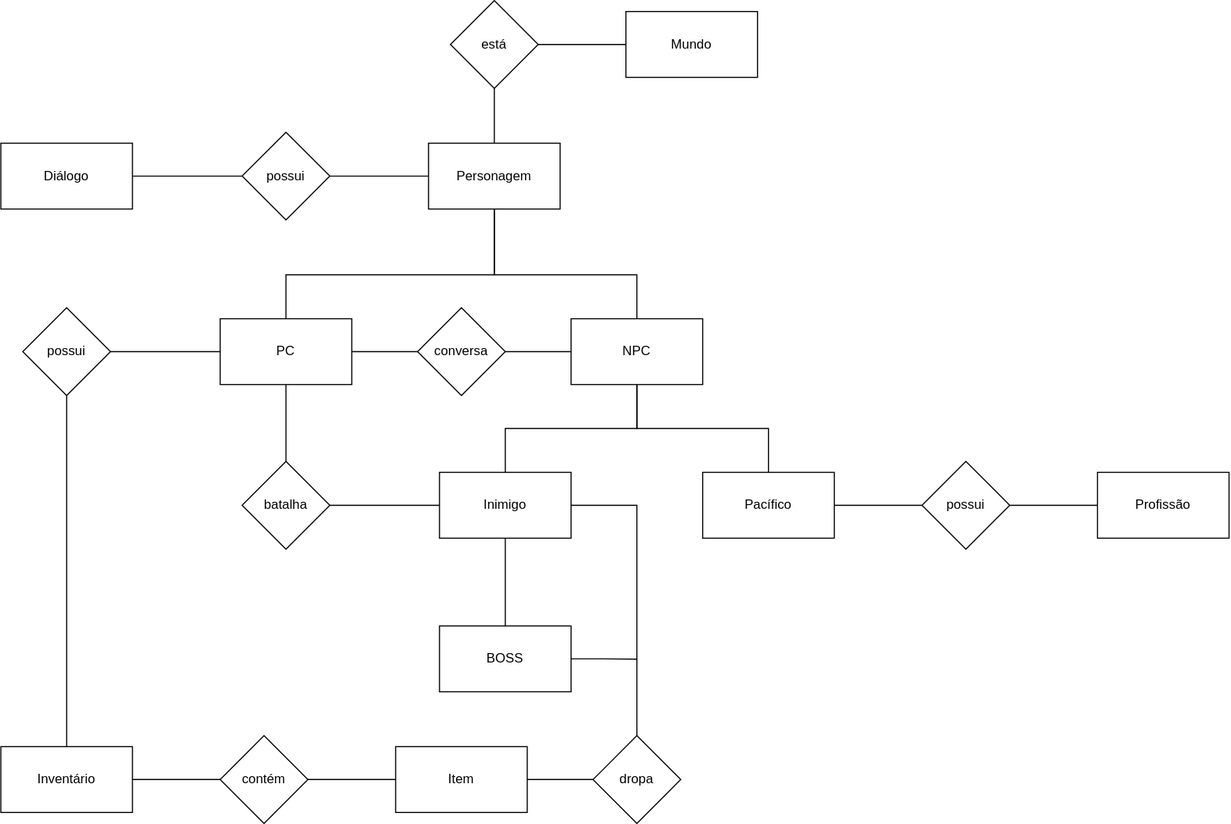
Before: docs/modulo_01/DER.drawio.svg, a diagram exported from draw.io (SBD1/2024.2-D-D-classico). Source tidied: cells renumbered, new cells last; positions are measured from the earlier drawing's top-left corner, leaving out a move shared by most shapes.
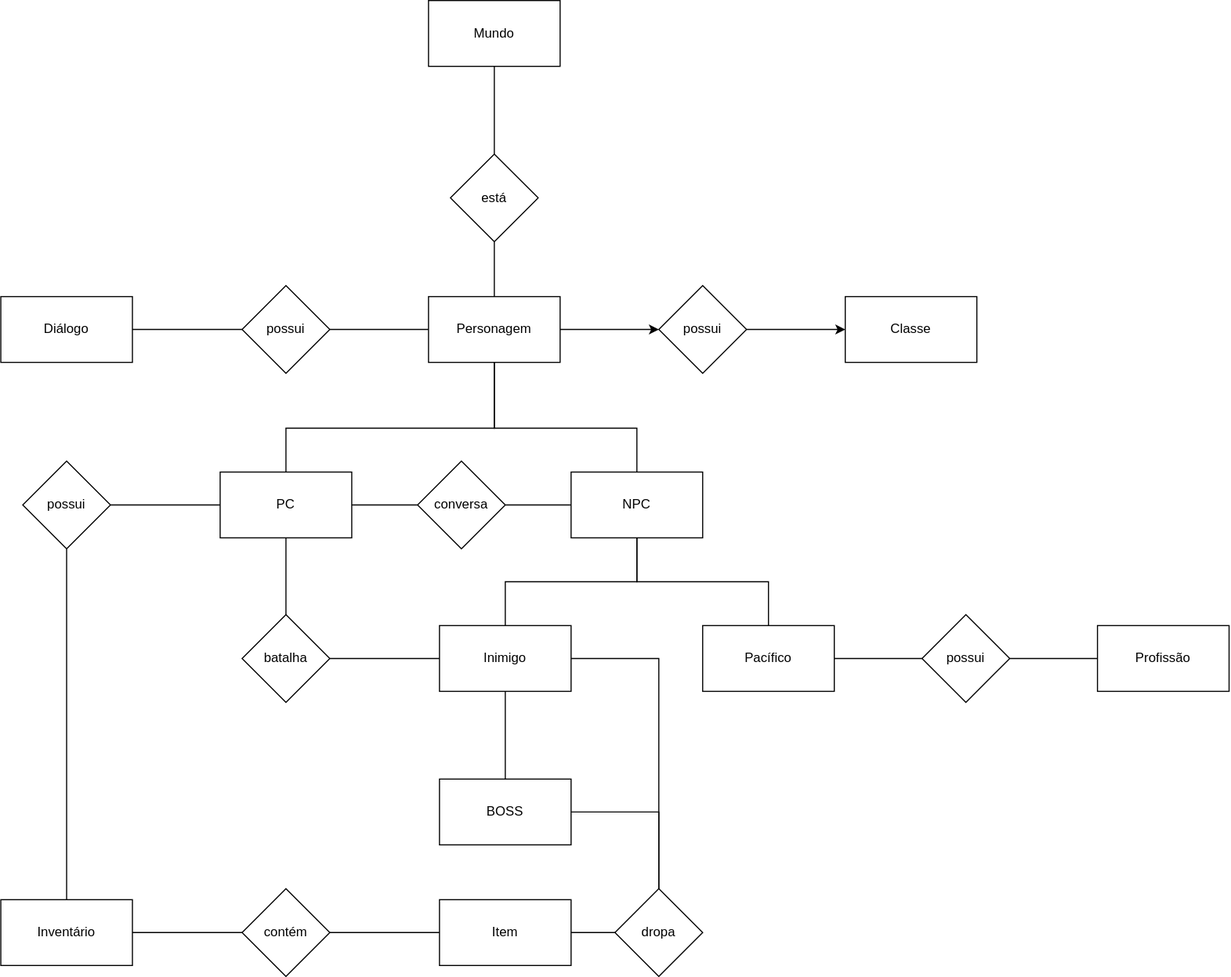
The same diagram one commit later.

Commit message:
Adiciona classe ao personagem

What changed in the source:
```diff
@@ -6,7 +6,7 @@
       <mxGeometry relative="1" as="geometry" />
     </mxCell>
     <mxCell id="3" value="Mundo" style="rounded=0;whiteSpace=wrap;html=1;" parent="1" vertex="1">
-      <mxGeometry x="570" y="10" width="120" height="60" as="geometry" />
+      <mxGeometry x="390" y="-140" width="120" height="60" as="geometry" />
     </mxCell>
     <mxCell id="4" style="edgeStyle=orthogonalEdgeStyle;rounded=0;jettySize=auto;html=1;exitX=0.5;exitY=1;exitDx=0;exitDy=0;entryX=0.5;entryY=0;entryDx=0;entryDy=0;endArrow=none;endFill=0;" parent="1" edge="1" source="5" target="9">
       <mxGeometry relative="1" as="geometry" />
@@ -33,6 +33,9 @@
     <mxCell id="8" style="edgeStyle=orthogonalEdgeStyle;rounded=0;jettySize=auto;html=1;endArrow=none;endFill=0;" parent="1" edge="1" source="9" target="36">
       <mxGeometry relative="1" as="geometry" />
     </mxCell>
+    <mxCell id="43" style="edgeStyle=orthogonalEdgeStyle;rounded=0;jettySize=auto;html=1;" parent="1" edge="1" source="9" target="46">
+      <mxGeometry relative="1" as="geometry" />
+    </mxCell>
     <mxCell id="9" value="Personagem" style="whiteSpace=wrap;html=1;rounded=0;" parent="1" vertex="1">
       <mxGeometry x="390" y="130" width="120" height="60" as="geometry" />
     </mxCell>
@@ -82,11 +85,9 @@
     <mxCell id="23" value="batalha" style="rhombus;whiteSpace=wrap;html=1;rounded=0;" parent="1" vertex="1">
       <mxGeometry x="220" y="420" width="80" height="80" as="geometry" />
     </mxCell>
-    <mxCell id="24" style="edgeStyle=orthogonalEdgeStyle;rounded=0;jettySize=auto;html=1;exitX=1;exitY=0.5;exitDx=0;exitDy=0;endArrow=none;endFill=0;" parent="1" edge="1" source="25">
-      <mxGeometry relative="1" as="geometry">
-        <mxPoint x="580" y="600.2" as="targetPoint" />
-      </mxGeometry>
-    </mxCell>
+    <mxCell id="44" style="edgeStyle=orthogonalEdgeStyle;rounded=0;jettySize=auto;html=1;exitX=1;exitY=0.5;exitDx=0;exitDy=0;entryX=0.5;entryY=0;entryDx=0;entryDy=0;endArrow=none;endFill=0;" parent="1" edge="1" source="25" target="31">
+      <mxGeometry relative="1" as="geometry" />
+    </mxCell>
     <mxCell id="25" value="BOSS" style="whiteSpace=wrap;html=1;rounded=0;" parent="1" vertex="1">
       <mxGeometry x="400" y="570" width="120" height="60" as="geometry" />
     </mxCell>
@@ -106,16 +107,16 @@
       <mxGeometry relative="1" as="geometry" />
     </mxCell>
     <mxCell id="31" value="dropa" style="rhombus;whiteSpace=wrap;html=1;rounded=0;" parent="1" vertex="1">
-      <mxGeometry x="540" y="670" width="80" height="80" as="geometry" />
+      <mxGeometry x="560" y="670" width="80" height="80" as="geometry" />
     </mxCell>
     <mxCell id="32" value="Item" style="whiteSpace=wrap;html=1;rounded=0;" parent="1" vertex="1">
-      <mxGeometry x="360" y="680" width="120" height="60" as="geometry" />
+      <mxGeometry x="400" y="680" width="120" height="60" as="geometry" />
     </mxCell>
     <mxCell id="33" style="edgeStyle=orthogonalEdgeStyle;rounded=0;jettySize=auto;html=1;exitX=1;exitY=0.5;exitDx=0;exitDy=0;entryX=0;entryY=0.5;entryDx=0;entryDy=0;endArrow=none;endFill=0;" parent="1" edge="1" source="34" target="32">
       <mxGeometry relative="1" as="geometry" />
     </mxCell>
     <mxCell id="34" value="contém" style="rhombus;whiteSpace=wrap;html=1;rounded=0;" parent="1" vertex="1">
-      <mxGeometry x="200" y="670" width="80" height="80" as="geometry" />
+      <mxGeometry x="220" y="670" width="80" height="80" as="geometry" />
     </mxCell>
     <mxCell id="35" style="edgeStyle=orthogonalEdgeStyle;rounded=0;jettySize=auto;html=1;endArrow=none;endFill=0;" parent="1" edge="1" source="36" target="37">
       <mxGeometry relative="1" as="geometry" />
@@ -141,5 +142,14 @@
     <mxCell id="42" value="Profissão" style="whiteSpace=wrap;html=1;rounded=0;" parent="1" vertex="1">
       <mxGeometry x="1000" y="430" width="120" height="60" as="geometry" />
     </mxCell>
+    <mxCell id="45" style="edgeStyle=orthogonalEdgeStyle;rounded=0;jettySize=auto;html=1;" parent="1" edge="1" source="46" target="47">
+      <mxGeometry relative="1" as="geometry" />
+    </mxCell>
+    <mxCell id="46" value="possui" style="rhombus;whiteSpace=wrap;html=1;rounded=0;" parent="1" vertex="1">
+      <mxGeometry x="600" y="120" width="80" height="80" as="geometry" />
+    </mxCell>
+    <mxCell id="47" value="Classe" style="rounded=0;whiteSpace=wrap;html=1;" parent="1" vertex="1">
+      <mxGeometry x="770" y="130" width="120" height="60" as="geometry" />
+    </mxCell>
   </root>
 </mxGraphModel>
```
